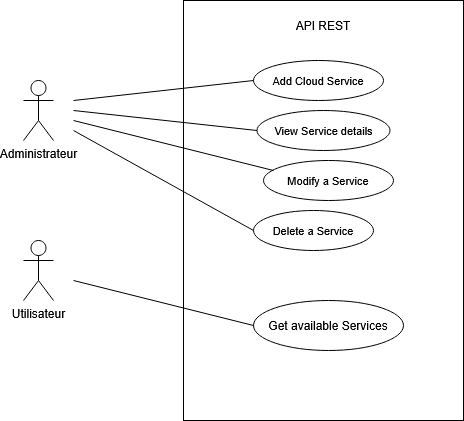
Earlier version of the draw.io export UML_Diagrams/UseCase.drawio.png (hafsaa22/API_REST_Serverless). Source tidied: cells renumbered, new cells last; positions are measured from the earlier drawing's top-left corner, leaving out a move shared by most shapes.
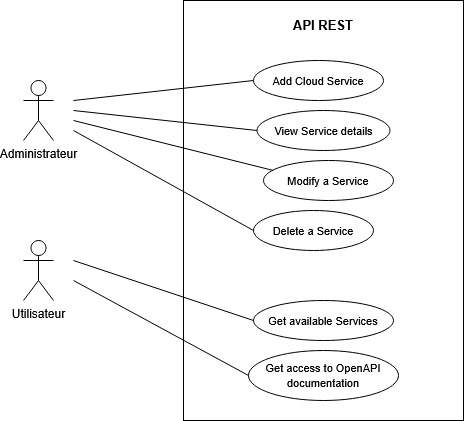
After the commit.

Diff of the diagram source:
```diff
@@ -11,14 +11,14 @@
     <mxCell id="4" style="rounded=0;whiteSpace=wrap;html=1;" parent="1" vertex="1">
       <mxGeometry x="160" width="280" height="420" as="geometry" />
     </mxCell>
-    <mxCell id="5" value="API REST" style="text;html=1;whiteSpace=wrap;strokeColor=none;fillColor=none;align=center;verticalAlign=middle;rounded=0;" parent="1" vertex="1">
+    <mxCell id="5" value="API REST" style="text;html=1;whiteSpace=wrap;strokeColor=none;fillColor=none;align=center;verticalAlign=middle;rounded=0;fontSize=13;fontStyle=1;" parent="1" vertex="1">
       <mxGeometry x="260" y="10" width="80" height="30" as="geometry" />
     </mxCell>
     <mxCell id="6" value="&lt;font style=&quot;font-size: 11px;&quot;&gt;Add Cloud Service&lt;/font&gt;" style="ellipse;whiteSpace=wrap;html=1;" parent="1" vertex="1">
       <mxGeometry x="230" y="60" width="130" height="40" as="geometry" />
     </mxCell>
-    <mxCell id="7" value="Get available Services" style="ellipse;whiteSpace=wrap;html=1;" parent="1" vertex="1">
-      <mxGeometry x="230" y="300" width="150" height="50" as="geometry" />
+    <mxCell id="7" value="&lt;font style=&quot;font-size: 11px;&quot;&gt;Get available Services&lt;/font&gt;" style="ellipse;whiteSpace=wrap;html=1;" parent="1" vertex="1">
+      <mxGeometry x="230" y="300" width="140" height="40" as="geometry" />
     </mxCell>
     <mxCell id="8" style="endArrow=none;html=1;rounded=0;entryX=0;entryY=0.5;entryDx=0;entryDy=0;" parent="1" edge="1" target="6">
       <mxGeometry relative="1" as="geometry">
@@ -27,7 +27,7 @@
     </mxCell>
     <mxCell id="9" style="endArrow=none;html=1;rounded=0;entryX=0;entryY=0.5;entryDx=0;entryDy=0;" parent="1" edge="1" target="7">
       <mxGeometry relative="1" as="geometry">
-        <mxPoint x="50" y="280" as="sourcePoint" />
+        <mxPoint x="50" y="260" as="sourcePoint" />
       </mxGeometry>
     </mxCell>
     <mxCell id="10" value="View Service details" style="ellipse;whiteSpace=wrap;html=1;fontSize=11;" parent="1" vertex="1">
@@ -55,5 +55,13 @@
         <mxPoint x="50" y="130" as="sourcePoint" />
       </mxGeometry>
     </mxCell>
+    <mxCell id="16" value="&lt;font style=&quot;font-size: 11px;&quot;&gt;Get access to OpenAPI documentation&lt;/font&gt;" style="ellipse;whiteSpace=wrap;html=1;" parent="1" vertex="1">
+      <mxGeometry x="225" y="350" width="150" height="50" as="geometry" />
+    </mxCell>
+    <mxCell id="17" style="endArrow=none;html=1;rounded=0;entryX=0;entryY=0.5;entryDx=0;entryDy=0;" parent="1" edge="1" target="16">
+      <mxGeometry relative="1" as="geometry">
+        <mxPoint x="50" y="280" as="sourcePoint" />
+      </mxGeometry>
+    </mxCell>
   </root>
 </mxGraphModel>
```
